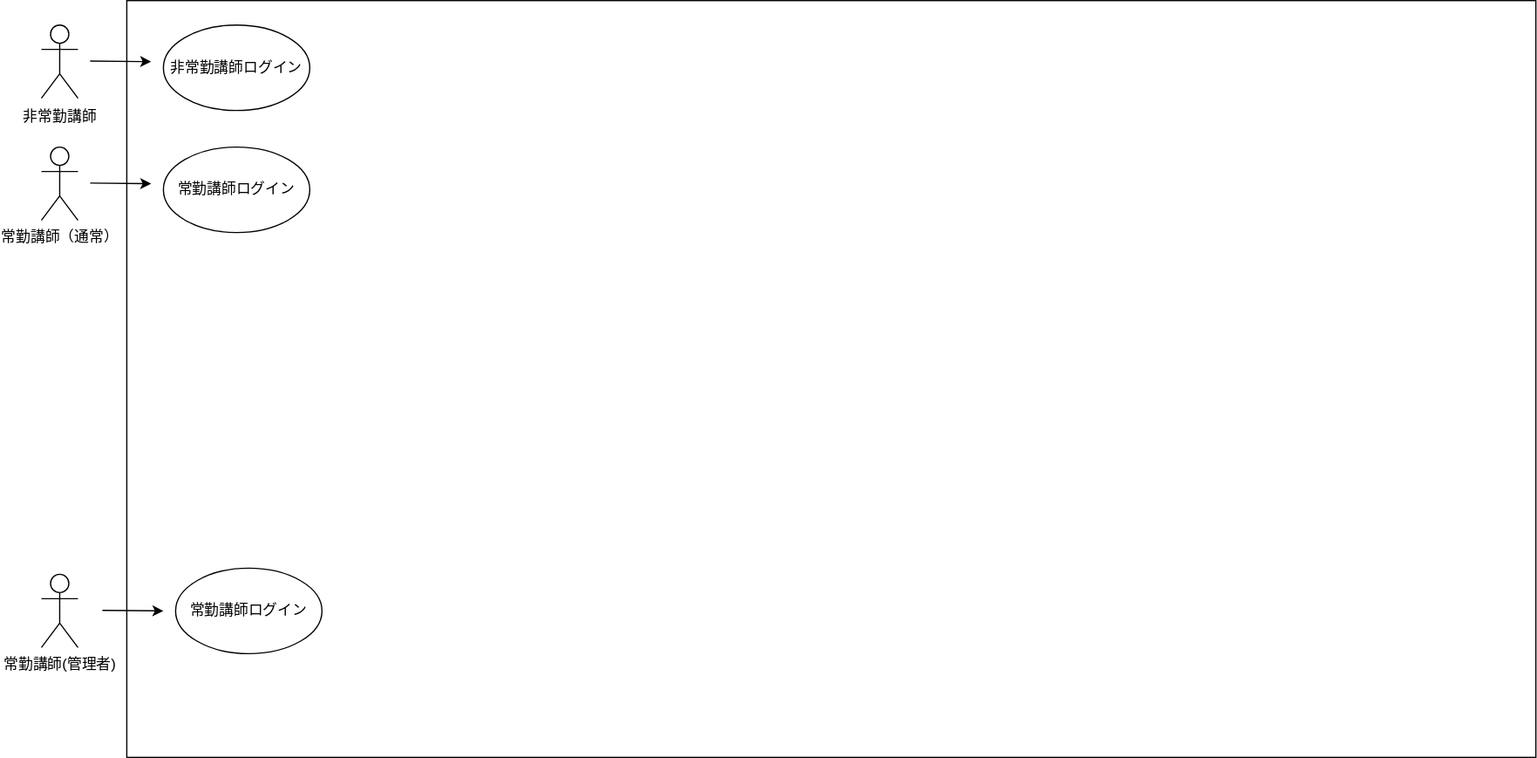
This is 要件定義書_ユースケース図.drawio.svg from HIKAKINsan/uml-introduction, a draw.io export, as it was before one commit. Source tidied: cells renumbered, new cells last; positions are measured from the earlier drawing's top-left corner, leaving out a move shared by most shapes. Its diagram source:
```xml
<mxGraphModel>
  <root>
    <mxCell id="0" />
    <mxCell id="1" parent="0" />
    <mxCell id="2" style="rounded=0;whiteSpace=wrap;html=1;" parent="1" vertex="1">
      <mxGeometry x="95" width="1155" height="620" as="geometry" />
    </mxCell>
    <mxCell id="3" style="shape=umlActor;verticalLabelPosition=bottom;verticalAlign=top;html=1;hachureGap=4;fontFamily=Architects Daughter;fontSource=https%3A%2F%2Ffonts.googleapis.com%2Fcss%3Ffamily%3DArchitects%2BDaughter;fontSize=20;rounded=1;" parent="1" vertex="1">
      <mxGeometry x="25" y="20" width="30" height="60" as="geometry" />
    </mxCell>
    <mxCell id="4" value="常勤講師（通常）" style="shape=umlActor;verticalLabelPosition=bottom;verticalAlign=top;html=1;" parent="1" vertex="1">
      <mxGeometry x="25" y="120" width="30" height="60" as="geometry" />
    </mxCell>
    <mxCell id="5" style="edgeStyle=none;orthogonalLoop=1;jettySize=auto;html=1;" parent="1" edge="1">
      <mxGeometry relative="1" as="geometry">
        <mxPoint x="65" y="49.5" as="sourcePoint" />
        <mxPoint x="115" y="50" as="targetPoint" />
      </mxGeometry>
    </mxCell>
    <mxCell id="6" style="edgeStyle=none;orthogonalLoop=1;jettySize=auto;html=1;" parent="1" edge="1">
      <mxGeometry relative="1" as="geometry">
        <mxPoint x="65" y="149.5" as="sourcePoint" />
        <mxPoint x="115" y="150" as="targetPoint" />
      </mxGeometry>
    </mxCell>
    <mxCell id="7" value="非常勤講師" style="text;html=1;align=center;verticalAlign=middle;strokeColor=none;fillColor=none;" parent="1" vertex="1">
      <mxGeometry y="80" width="80" height="30" as="geometry" />
    </mxCell>
    <mxCell id="8" value="非常勤講師ログイン" style="ellipse;whiteSpace=wrap;html=1;" parent="1" vertex="1">
      <mxGeometry x="125" y="20" width="120" height="70" as="geometry" />
    </mxCell>
    <mxCell id="9" value="常勤講師ログイン" style="ellipse;whiteSpace=wrap;html=1;" parent="1" vertex="1">
      <mxGeometry x="125" y="120" width="120" height="70" as="geometry" />
    </mxCell>
    <mxCell id="10" value="常勤講師(管理者)" style="shape=umlActor;verticalLabelPosition=bottom;verticalAlign=top;html=1;" parent="1" vertex="1">
      <mxGeometry x="25" y="470" width="30" height="60" as="geometry" />
    </mxCell>
    <mxCell id="11" style="edgeStyle=none;orthogonalLoop=1;jettySize=auto;html=1;" parent="1" edge="1">
      <mxGeometry relative="1" as="geometry">
        <mxPoint x="75" y="499.5" as="sourcePoint" />
        <mxPoint x="125" y="500" as="targetPoint" />
      </mxGeometry>
    </mxCell>
    <mxCell id="12" value="常勤講師ログイン" style="ellipse;whiteSpace=wrap;html=1;" parent="1" vertex="1">
      <mxGeometry x="135" y="465" width="120" height="70" as="geometry" />
    </mxCell>
  </root>
</mxGraphModel>
```
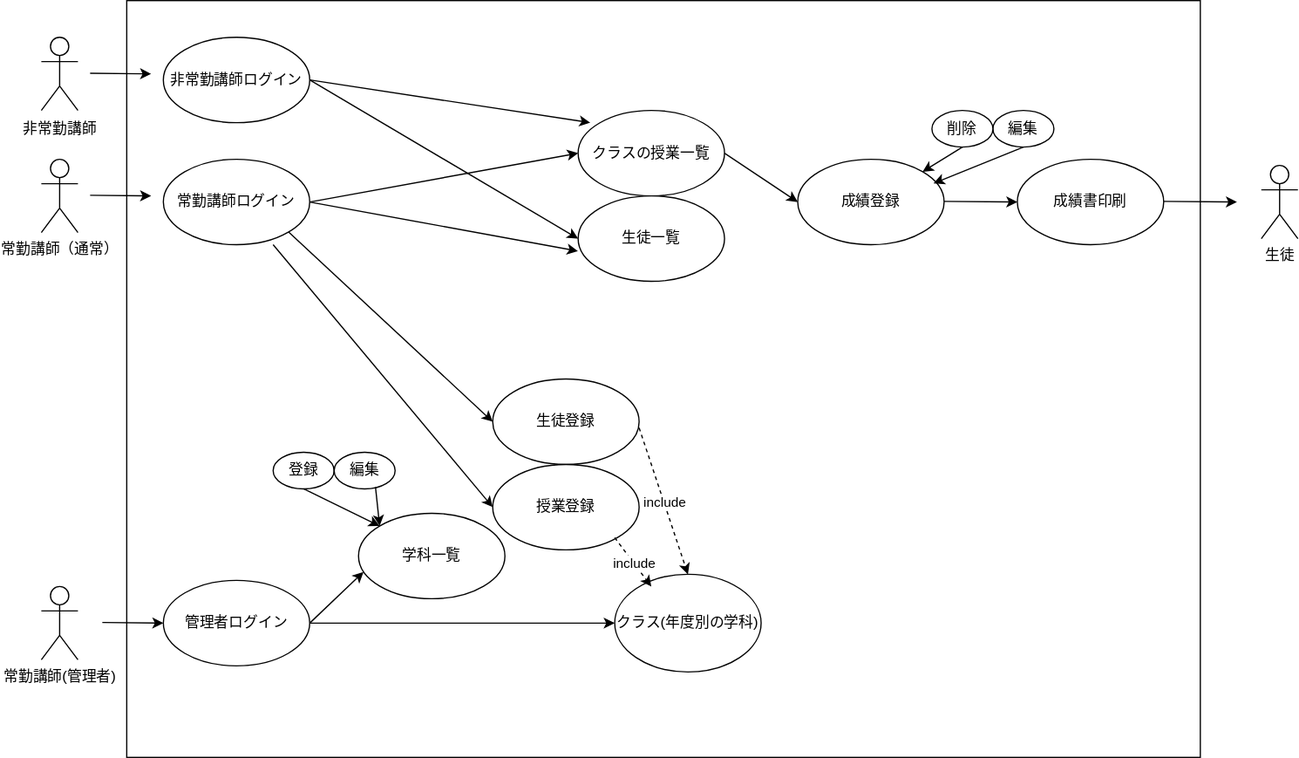
Above is the later version.

Change to the diagram source:
```diff
@@ -3,7 +3,7 @@
     <mxCell id="0" />
     <mxCell id="1" parent="0" />
     <mxCell id="2" style="rounded=0;whiteSpace=wrap;html=1;" parent="1" vertex="1">
-      <mxGeometry x="95" width="1155" height="620" as="geometry" />
+      <mxGeometry x="95" y="-10" width="880" height="620" as="geometry" />
     </mxCell>
     <mxCell id="3" style="shape=umlActor;verticalLabelPosition=bottom;verticalAlign=top;html=1;hachureGap=4;fontFamily=Architects Daughter;fontSource=https%3A%2F%2Ffonts.googleapis.com%2Fcss%3Ffamily%3DArchitects%2BDaughter;fontSize=20;rounded=1;" parent="1" vertex="1">
       <mxGeometry x="25" y="20" width="30" height="60" as="geometry" />
@@ -41,8 +41,121 @@
         <mxPoint x="125" y="500" as="targetPoint" />
       </mxGeometry>
     </mxCell>
-    <mxCell id="12" value="常勤講師ログイン" style="ellipse;whiteSpace=wrap;html=1;" parent="1" vertex="1">
-      <mxGeometry x="135" y="465" width="120" height="70" as="geometry" />
+    <mxCell id="12" value="管理者ログイン" style="ellipse;whiteSpace=wrap;html=1;" parent="1" vertex="1">
+      <mxGeometry x="125" y="465" width="120" height="70" as="geometry" />
     </mxCell>
+    <mxCell id="13" value="生徒登録" style="ellipse;whiteSpace=wrap;html=1;" parent="1" vertex="1">
+      <mxGeometry x="395" y="300" width="120" height="70" as="geometry" />
+    </mxCell>
+    <mxCell id="14" style="edgeStyle=none;jettySize=auto;html=1;exitX=1;exitY=1;exitDx=0;exitDy=0;entryX=0;entryY=0.5;entryDx=0;entryDy=0;" parent="1" edge="1" source="9" target="13">
+      <mxGeometry relative="1" as="geometry" />
+    </mxCell>
+    <mxCell id="15" style="edgeStyle=none;jettySize=auto;html=1;exitX=1;exitY=0.5;exitDx=0;exitDy=0;entryX=0.034;entryY=0.687;entryDx=0;entryDy=0;entryPerimeter=0;" parent="1" edge="1" source="12" target="32">
+      <mxGeometry relative="1" as="geometry" />
+    </mxCell>
+    <mxCell id="16" value="クラス(年度別の学科)" style="ellipse;whiteSpace=wrap;html=1;" parent="1" vertex="1">
+      <mxGeometry x="495" y="460" width="120" height="80" as="geometry" />
+    </mxCell>
+    <mxCell id="17" style="edgeStyle=none;jettySize=auto;html=1;exitX=1;exitY=0.5;exitDx=0;exitDy=0;entryX=0;entryY=0.5;entryDx=0;entryDy=0;" parent="1" edge="1" source="12" target="16">
+      <mxGeometry relative="1" as="geometry" />
+    </mxCell>
+    <mxCell id="18" value="クラスの授業一覧" style="ellipse;whiteSpace=wrap;html=1;" parent="1" vertex="1">
+      <mxGeometry x="465" y="80" width="120" height="70" as="geometry" />
+    </mxCell>
+    <mxCell id="19" value="成績登録" style="ellipse;whiteSpace=wrap;html=1;" parent="1" vertex="1">
+      <mxGeometry x="645" y="120" width="120" height="70" as="geometry" />
+    </mxCell>
+    <mxCell id="20" style="edgeStyle=none;jettySize=auto;html=1;exitX=1;exitY=0.5;exitDx=0;exitDy=0;entryX=0;entryY=0.5;entryDx=0;entryDy=0;" parent="1" edge="1" source="9" target="18">
+      <mxGeometry relative="1" as="geometry" />
+    </mxCell>
+    <mxCell id="21" style="edgeStyle=none;jettySize=auto;html=1;entryX=0.083;entryY=0.143;entryDx=0;entryDy=0;entryPerimeter=0;exitX=1;exitY=0.5;exitDx=0;exitDy=0;" parent="1" edge="1" source="8" target="18">
+      <mxGeometry relative="1" as="geometry" />
+    </mxCell>
+    <mxCell id="22" style="edgeStyle=none;jettySize=auto;html=1;entryX=0;entryY=0.5;entryDx=0;entryDy=0;exitX=1;exitY=0.5;exitDx=0;exitDy=0;" parent="1" edge="1" source="18">
+      <mxGeometry relative="1" as="geometry">
+        <mxPoint x="645" y="155" as="targetPoint" />
+      </mxGeometry>
+    </mxCell>
+    <mxCell id="23" value="編集" style="ellipse;whiteSpace=wrap;html=1;" parent="1" vertex="1">
+      <mxGeometry x="805" y="80" width="50" height="30" as="geometry" />
+    </mxCell>
+    <mxCell id="24" value="削除" style="ellipse;whiteSpace=wrap;html=1;" parent="1" vertex="1">
+      <mxGeometry x="755" y="80" width="50" height="30" as="geometry" />
+    </mxCell>
+    <mxCell id="25" style="edgeStyle=none;jettySize=auto;html=1;exitX=0.5;exitY=1;exitDx=0;exitDy=0;" parent="1" edge="1" source="24" target="19">
+      <mxGeometry relative="1" as="geometry" />
+    </mxCell>
+    <mxCell id="26" style="edgeStyle=none;jettySize=auto;html=1;exitX=0.5;exitY=1;exitDx=0;exitDy=0;" parent="1" edge="1" source="23">
+      <mxGeometry relative="1" as="geometry">
+        <mxPoint x="756.4" y="139.7" as="targetPoint" />
+      </mxGeometry>
+    </mxCell>
+    <mxCell id="27" style="edgeStyle=none;orthogonalLoop=1;jettySize=auto;html=1;entryX=0;entryY=0.5;entryDx=0;entryDy=0;" parent="1" edge="1">
+      <mxGeometry relative="1" as="geometry">
+        <mxPoint x="765" y="154.5" as="sourcePoint" />
+        <mxPoint x="825" y="155" as="targetPoint" />
+      </mxGeometry>
+    </mxCell>
+    <mxCell id="28" value="成績書印刷" style="ellipse;whiteSpace=wrap;html=1;" parent="1" vertex="1">
+      <mxGeometry x="825" y="120" width="120" height="70" as="geometry" />
+    </mxCell>
+    <mxCell id="29" style="edgeStyle=none;orthogonalLoop=1;jettySize=auto;html=1;entryX=0;entryY=0.5;entryDx=0;entryDy=0;" parent="1" edge="1">
+      <mxGeometry relative="1" as="geometry">
+        <mxPoint x="945" y="154.5" as="sourcePoint" />
+        <mxPoint x="1005" y="155" as="targetPoint" />
+      </mxGeometry>
+    </mxCell>
+    <mxCell id="30" value="生徒" style="shape=umlActor;verticalLabelPosition=bottom;verticalAlign=top;html=1;" parent="1" vertex="1">
+      <mxGeometry x="1025" y="125" width="30" height="60" as="geometry" />
+    </mxCell>
+    <mxCell id="31" value="授業登録" style="ellipse;whiteSpace=wrap;html=1;" parent="1" vertex="1">
+      <mxGeometry x="395" y="370" width="120" height="70" as="geometry" />
+    </mxCell>
+    <mxCell id="32" value="学科一覧" style="ellipse;whiteSpace=wrap;html=1;" parent="1" vertex="1">
+      <mxGeometry x="285" y="410" width="120" height="70" as="geometry" />
+    </mxCell>
+    <mxCell id="33" style="edgeStyle=none;jettySize=auto;html=1;entryX=0;entryY=0.5;entryDx=0;entryDy=0;" parent="1" edge="1" target="31">
+      <mxGeometry relative="1" as="geometry">
+        <mxPoint x="215" y="190" as="sourcePoint" />
+      </mxGeometry>
+    </mxCell>
+    <mxCell id="34" value="i" style="endArrow=classic;html=1;strokeWidth=1;sourcePerimeterSpacing=0;targetPerimeterSpacing=5;dashed=1;" parent="1" edge="1">
+      <mxGeometry relative="1" as="geometry">
+        <mxPoint x="495" y="430" as="sourcePoint" />
+        <mxPoint x="525" y="470" as="targetPoint" />
+      </mxGeometry>
+    </mxCell>
+    <mxCell id="35" value="include" style="edgeLabel;html=1;align=center;verticalAlign=middle;" parent="34" vertex="1">
+      <mxGeometry relative="1" as="geometry" />
+    </mxCell>
+    <mxCell id="36" value="i" style="endArrow=classic;html=1;strokeWidth=1;sourcePerimeterSpacing=0;targetPerimeterSpacing=5;dashed=1;entryX=0.5;entryY=0;entryDx=0;entryDy=0;" parent="1" edge="1" target="16">
+      <mxGeometry relative="1" as="geometry">
+        <mxPoint x="515" y="340" as="sourcePoint" />
+      </mxGeometry>
+    </mxCell>
+    <mxCell id="37" value="include" style="edgeLabel;html=1;align=center;verticalAlign=middle;" parent="36" vertex="1">
+      <mxGeometry relative="1" as="geometry" />
+    </mxCell>
+    <mxCell id="38" value="生徒一覧" style="ellipse;whiteSpace=wrap;html=1;" parent="1" vertex="1">
+      <mxGeometry x="465" y="150" width="120" height="70" as="geometry" />
+    </mxCell>
+    <mxCell id="39" style="edgeStyle=none;jettySize=auto;html=1;exitX=1;exitY=0.5;exitDx=0;exitDy=0;entryX=0;entryY=0.5;entryDx=0;entryDy=0;" parent="1" edge="1" source="8" target="38">
+      <mxGeometry relative="1" as="geometry" />
+    </mxCell>
+    <mxCell id="40" style="edgeStyle=none;jettySize=auto;html=1;exitX=1;exitY=0.5;exitDx=0;exitDy=0;entryX=-0.001;entryY=0.646;entryDx=0;entryDy=0;entryPerimeter=0;" parent="1" edge="1" source="9" target="38">
+      <mxGeometry relative="1" as="geometry" />
+    </mxCell>
+    <mxCell id="41" value="登録" style="ellipse;whiteSpace=wrap;html=1;" parent="1" vertex="1">
+      <mxGeometry x="215" y="360" width="50" height="30" as="geometry" />
+    </mxCell>
+    <mxCell id="42" value="編集" style="ellipse;whiteSpace=wrap;html=1;" parent="1" vertex="1">
+      <mxGeometry x="265" y="360" width="50" height="30" as="geometry" />
+    </mxCell>
+    <mxCell id="43" style="edgeStyle=none;jettySize=auto;html=1;exitX=0.5;exitY=1;exitDx=0;exitDy=0;entryX=0;entryY=0;entryDx=0;entryDy=0;" parent="1" edge="1" source="41" target="32">
+      <mxGeometry relative="1" as="geometry" />
+    </mxCell>
+    <mxCell id="44" style="edgeStyle=none;jettySize=auto;html=1;exitX=0.678;exitY=0.952;exitDx=0;exitDy=0;entryX=0;entryY=0;entryDx=0;entryDy=0;exitPerimeter=0;" parent="1" edge="1" source="42" target="32">
+      <mxGeometry relative="1" as="geometry" />
+    </mxCell>
   </root>
 </mxGraphModel>
```
